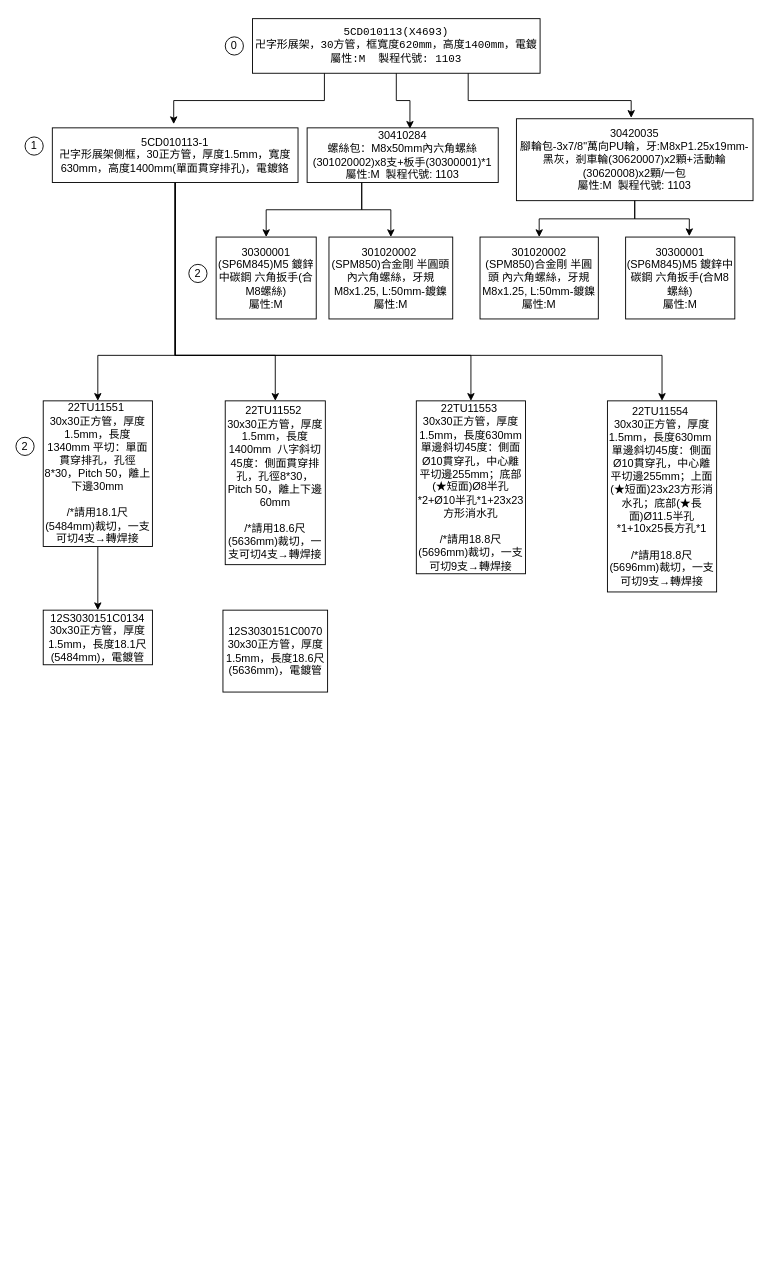
The draw.io diagram 未命名绘图.drawio in Bear9501/box-1, before the edit. Source tidied: cells renumbered, new cells numbered last; positions are measured from the earlier drawing's top-left corner, leaving out a move shared by most shapes. Both pictures are drawn from the tidied source at 91%, with x=0, y=0 at pixel (15, 18).
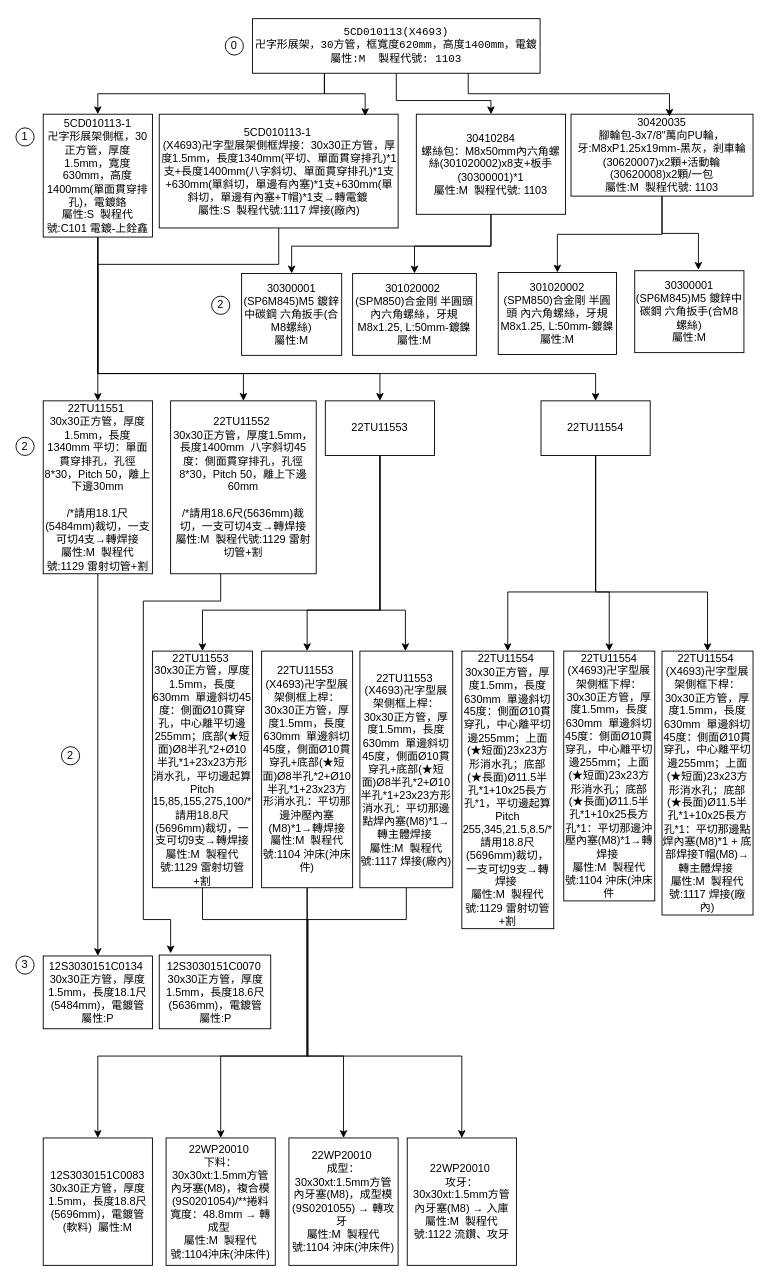
The same page after the edit.

Commit message (it also covers changes not shown here):
更新未命名绘图.drawio

The change refers to these unchanged cells:
```xml
<mxCell id="2" value="&lt;pre&gt;5CD010113(X4693)&lt;br&gt;卍字形展架，30方管，框寬度620mm，高度1400mm，電鍍&lt;br&gt;屬性:M&amp;nbsp; 製程代號: 1103&lt;/pre&gt;" style="rounded=0;whiteSpace=wrap;html=1;align=center;" parent="1" vertex="1">
  <mxGeometry x="260" width="316" height="60" as="geometry" />
</mxCell>
```

What changed in the source:
```diff
@@
+    <mxCell id="20" style="edgeStyle=orthogonalEdgeStyle;rounded=0;jettySize=auto;html=1;exitX=0.25;exitY=1;exitDx=0;exitDy=0;entryX=0.5;entryY=0;entryDx=0;entryDy=0;" parent="1" edge="1" source="2" target="7">
+      <mxGeometry relative="1" as="geometry" />
+    </mxCell>
+    <mxCell id="13" style="edgeStyle=orthogonalEdgeStyle;rounded=0;jettySize=auto;html=1;entryX=0.5;entryY=0;entryDx=0;entryDy=0;" parent="1" edge="1" source="2" target="10">
+      <mxGeometry relative="1" as="geometry">
+        <Array as="points">
+          <mxPoint x="418" y="90" />
+          <mxPoint x="522" y="90" />
+        </Array>
+      </mxGeometry>
+    </mxCell>
@@
-    <mxCell id="3" style="edgeStyle=orthogonalEdgeStyle;rounded=0;jettySize=auto;html=1;entryX=0.5;entryY=0;entryDx=0;entryDy=0;" parent="1" edge="1" source="7" target="22">
-      <mxGeometry relative="1" as="geometry">
-        <Array as="points">
-          <mxPoint x="175" y="370" />
-          <mxPoint x="90" y="370" />
-        </Array>
-      </mxGeometry>
-    </mxCell>
-    <mxCell id="4" style="edgeStyle=orthogonalEdgeStyle;rounded=0;jettySize=auto;html=1;entryX=0.5;entryY=0;entryDx=0;entryDy=0;" parent="1" edge="1" source="7" target="25">
-      <mxGeometry relative="1" as="geometry">
-        <Array as="points">
-          <mxPoint x="175" y="370" />
-          <mxPoint x="710" y="370" />
-        </Array>
-      </mxGeometry>
-    </mxCell>
-    <mxCell id="5" style="edgeStyle=orthogonalEdgeStyle;rounded=0;jettySize=auto;html=1;entryX=0.5;entryY=0;entryDx=0;entryDy=0;" parent="1" edge="1" source="7" target="24">
-      <mxGeometry relative="1" as="geometry">
-        <Array as="points">
-          <mxPoint x="175" y="370" />
-          <mxPoint x="500" y="370" />
-        </Array>
-      </mxGeometry>
-    </mxCell>
+    <mxCell id="32" style="edgeStyle=orthogonalEdgeStyle;rounded=0;jettySize=auto;html=1;" parent="1" edge="1" source="7" target="54">
+      <mxGeometry relative="1" as="geometry">
+        <Array as="points">
+          <mxPoint x="90" y="390" />
+          <mxPoint x="400" y="390" />
+        </Array>
+      </mxGeometry>
+    </mxCell>
+    <mxCell id="33" style="edgeStyle=orthogonalEdgeStyle;rounded=0;jettySize=auto;html=1;" parent="1" edge="1" source="7" target="58">
+      <mxGeometry relative="1" as="geometry">
+        <Array as="points">
+          <mxPoint x="90" y="390" />
+          <mxPoint x="637" y="390" />
+        </Array>
+      </mxGeometry>
+    </mxCell>
     <mxCell id="6" style="edgeStyle=orthogonalEdgeStyle;rounded=0;jettySize=auto;html=1;entryX=0.5;entryY=0;entryDx=0;entryDy=0;" parent="1" edge="1" source="7" target="23">
       <mxGeometry relative="1" as="geometry">
         <Array as="points">
-          <mxPoint x="175" y="370" />
-          <mxPoint x="285" y="370" />
+          <mxPoint x="90" y="390" />
+          <mxPoint x="250" y="390" />
         </Array>
       </mxGeometry>
     </mxCell>
-    <mxCell id="7" value="5CD010113-1&lt;div&gt;卍字形展架側框，30正方管，厚度1.5mm，寬度630mm，高度1400mm(單面貫穿排孔)，電鍍鉻&lt;br&gt;&lt;/div&gt;" style="rounded=0;whiteSpace=wrap;html=1;" parent="1" vertex="1">
-      <mxGeometry x="40" y="120" width="270" height="60" as="geometry" />
+    <mxCell id="7" value="5CD010113-1&lt;div&gt;卍字形展架側框，30正方管，厚度1.5mm，寬度630mm，高度1400mm(單面貫穿排孔)，電鍍鉻&lt;br&gt;&lt;/div&gt;&lt;div&gt;屬性:S&amp;nbsp; 製程代號:C101 電鍍-上銓鑫&lt;br&gt;&lt;/div&gt;" style="rounded=0;whiteSpace=wrap;html=1;" parent="1" vertex="1">
+      <mxGeometry x="30" y="105" width="120" height="135" as="geometry" />
     </mxCell>
     <mxCell id="8" style="edgeStyle=orthogonalEdgeStyle;rounded=0;jettySize=auto;html=1;" parent="1" edge="1" source="10" target="18">
       <mxGeometry relative="1" as="geometry">
         <Array as="points">
-          <mxPoint x="380" y="210" />
-          <mxPoint x="275" y="210" />
+          <mxPoint x="522" y="250" />
+          <mxPoint x="303" y="250" />
         </Array>
       </mxGeometry>
     </mxCell>
     <mxCell id="9" style="edgeStyle=orthogonalEdgeStyle;rounded=0;jettySize=auto;html=1;entryX=0.5;entryY=0;entryDx=0;entryDy=0;" parent="1" edge="1" source="10" target="17">
       <mxGeometry relative="1" as="geometry">
         <Array as="points">
-          <mxPoint x="380" y="210" />
-          <mxPoint x="412" y="210" />
+          <mxPoint x="522" y="250" />
+          <mxPoint x="438" y="250" />
         </Array>
       </mxGeometry>
     </mxCell>
     <mxCell id="10" value="&lt;p&gt;30410284&lt;br&gt;螺絲包：M8x50mm內六角螺絲(301020002)x8支+板手(30300001)*1&lt;br&gt;屬性:M&amp;nbsp; 製程代號: 1103&lt;/p&gt;" style="rounded=0;whiteSpace=wrap;html=1;" parent="1" vertex="1">
-      <mxGeometry x="320" y="120" width="210" height="60" as="geometry" />
+      <mxGeometry x="440" y="105" width="164" height="110" as="geometry" />
     </mxCell>
@@
     <mxCell id="12" value="30420035&lt;div&gt;腳輪包-3x7/8&quot;萬向PU輪，牙:M8xP1.25x19mm-黑灰，剎車輪(30620007)x2顆+活動輪(30620008)x2顆/一包&lt;br&gt;&lt;/div&gt;&lt;div&gt;屬性:M&amp;nbsp; 製程代號: 1103&lt;br&gt;&lt;/div&gt;" style="rounded=0;whiteSpace=wrap;html=1;" parent="1" vertex="1">
-      <mxGeometry x="550" y="110" width="260" height="90" as="geometry" />
+      <mxGeometry x="610" y="105" width="200" height="90" as="geometry" />
     </mxCell>
-    <mxCell id="13" style="edgeStyle=orthogonalEdgeStyle;rounded=0;jettySize=auto;html=1;exitX=0.5;exitY=1;exitDx=0;exitDy=0;entryX=0.538;entryY=0.017;entryDx=0;entryDy=0;entryPerimeter=0;" parent="1" edge="1" source="2" target="10">
-      <mxGeometry relative="1" as="geometry" />
-    </mxCell>
-    <mxCell id="14" style="edgeStyle=orthogonalEdgeStyle;rounded=0;jettySize=auto;html=1;exitX=0.75;exitY=1;exitDx=0;exitDy=0;entryX=0.485;entryY=-0.011;entryDx=0;entryDy=0;entryPerimeter=0;" parent="1" edge="1" source="2" target="12">
-      <mxGeometry relative="1" as="geometry">
-        <Array as="points">
-          <mxPoint x="497" y="90" />
-          <mxPoint x="676" y="90" />
-        </Array>
-      </mxGeometry>
-    </mxCell>
     <mxCell id="15" value="301020002&lt;div&gt;(SPM850)合金剛 半圓頭 內六角螺絲，牙規M8x1.25, L:50mm-鍍鎳&lt;br&gt;&lt;/div&gt;&lt;div&gt;屬性:M&lt;br&gt;&lt;/div&gt;" style="rounded=0;whiteSpace=wrap;html=1;" parent="1" vertex="1">
-      <mxGeometry x="510" y="240" width="130" height="90" as="geometry" />
+      <mxGeometry x="530" y="279" width="130" height="90" as="geometry" />
     </mxCell>
     <mxCell id="16" value="30300001&lt;div&gt;(SP6M845)M5 鍍鋅中碳鋼 六角扳手(合M8螺絲)&lt;br&gt;&lt;/div&gt;&lt;div&gt;屬性:M&lt;br&gt;&lt;/div&gt;" style="rounded=0;whiteSpace=wrap;html=1;" parent="1" vertex="1">
-      <mxGeometry x="670" y="240" width="120" height="90" as="geometry" />
+      <mxGeometry x="680" y="277" width="120" height="90" as="geometry" />
     </mxCell>
     <mxCell id="17" value="301020002&amp;nbsp;&lt;div&gt;(SPM850)合金剛 半圓頭 內六角螺絲，牙規M8x1.25, L:50mm-鍍鎳&lt;/div&gt;&lt;div&gt;屬性:M&lt;br&gt;&lt;/div&gt;" style="rounded=0;whiteSpace=wrap;html=1;" parent="1" vertex="1">
-      <mxGeometry x="344" y="240" width="136" height="90" as="geometry" />
+      <mxGeometry x="370" y="280" width="136" height="90" as="geometry" />
     </mxCell>
     <mxCell id="18" value="30300001 (SP6M845)M5 鍍鋅中碳鋼 六角扳手(合M8螺絲)&lt;div&gt;屬性:M&lt;br&gt;&lt;/div&gt;" style="rounded=0;whiteSpace=wrap;html=1;" parent="1" vertex="1">
-      <mxGeometry x="220" y="240" width="110" height="90" as="geometry" />
+      <mxGeometry x="248" y="280" width="110" height="90" as="geometry" />
     </mxCell>
@@
-    <mxCell id="20" style="edgeStyle=orthogonalEdgeStyle;rounded=0;jettySize=auto;html=1;exitX=0.25;exitY=1;exitDx=0;exitDy=0;entryX=0.494;entryY=-0.068;entryDx=0;entryDy=0;entryPerimeter=0;" parent="1" edge="1" source="2" target="7">
-      <mxGeometry relative="1" as="geometry" />
-    </mxCell>
@@
-    <mxCell id="22" value="22TU11551&amp;nbsp;&lt;div&gt;30x30正方管，厚度1.5mm，長度1340mm 平切：單面貫穿排孔，孔徑8*30，Pitch 50，離上下邊30mm&lt;/div&gt;&lt;div&gt;&lt;br&gt;&lt;/div&gt;&lt;div&gt;/*&lt;span style=&quot;background-color: initial;&quot;&gt;請用18.1尺(5484mm)裁切，一支可切4支→轉焊接&lt;/span&gt;&lt;/div&gt;" style="rounded=0;whiteSpace=wrap;html=1;" parent="1" vertex="1">
-      <mxGeometry x="30" y="420" width="120" height="160" as="geometry" />
+    <mxCell id="22" value="22TU11551&amp;nbsp;&lt;div&gt;30x30正方管，厚度1.5mm，長度1340mm 平切：單面貫穿排孔，孔徑8*30，Pitch 50，離上下邊30mm&lt;/div&gt;&lt;div&gt;&lt;br&gt;&lt;/div&gt;&lt;div&gt;/*&lt;span style=&quot;background-color: initial;&quot;&gt;請用18.1尺(5484mm)裁切，一支可切4支→轉焊接&lt;/span&gt;&lt;/div&gt;&lt;div&gt;&lt;span style=&quot;background-color: initial;&quot;&gt;屬性:M&amp;nbsp; 製程代號:1129 雷射切管+割&lt;/span&gt;&lt;/div&gt;" style="rounded=0;whiteSpace=wrap;html=1;" parent="1" vertex="1">
+      <mxGeometry x="30" y="420" width="120" height="190" as="geometry" />
     </mxCell>
-    <mxCell id="23" value="22TU11552&amp;nbsp;&lt;div&gt;30x30正方管，厚度1.5mm，長度1400mm&amp;nbsp; 八字斜切45度：側面貫穿排孔，孔徑8*30，Pitch 50，離上下邊60mm&lt;/div&gt;&lt;div&gt;&lt;br&gt;&lt;/div&gt;&lt;div&gt;/*&lt;span style=&quot;background-color: initial;&quot;&gt;請用18.6尺(5636mm)裁切，一支可切4支→轉焊接&lt;/span&gt;&lt;/div&gt;" style="rounded=0;whiteSpace=wrap;html=1;" parent="1" vertex="1">
-      <mxGeometry x="230" y="420" width="110" height="180" as="geometry" />
+    <mxCell id="23" value="22TU11552&amp;nbsp;&lt;div&gt;30x30正方管，厚度1.5mm，長度1400mm&amp;nbsp; 八字斜切45度：側面貫穿排孔，孔徑8*30，Pitch 50，離上下邊60mm&lt;/div&gt;&lt;div&gt;&lt;br&gt;&lt;/div&gt;&lt;div&gt;/*&lt;span style=&quot;background-color: initial;&quot;&gt;請用18.6尺(5636mm)裁切，一支可切4支→轉焊接&lt;/span&gt;&lt;/div&gt;&lt;div&gt;&lt;span style=&quot;background-color: initial;&quot;&gt;屬性:M&amp;nbsp; 製程代號:1129 雷射切管+割&lt;/span&gt;&lt;/div&gt;" style="rounded=0;whiteSpace=wrap;html=1;" parent="1" vertex="1">
+      <mxGeometry x="170" y="420" width="160" height="190" as="geometry" />
     </mxCell>
-    <mxCell id="24" value="22TU11553&amp;nbsp;&lt;div&gt;30x30正方管，厚度1.5mm，長度630mm 單邊斜切45度：側面Ø10貫穿孔，中心離平切邊255mm；底部(★短面)Ø8半孔*2+Ø10半孔*1+23x23方形消水孔&lt;/div&gt;&lt;div&gt;&lt;br&gt;&lt;/div&gt;&lt;div&gt;/&lt;span style=&quot;background-color: initial;&quot;&gt;*請用18.8尺(5696mm)裁切，一支可切9支→轉焊接&lt;/span&gt;&lt;/div&gt;" style="rounded=0;whiteSpace=wrap;html=1;" parent="1" vertex="1">
-      <mxGeometry x="440" y="420" width="120" height="190" as="geometry" />
-    </mxCell>
-    <mxCell id="25" value="22TU11554&amp;nbsp;&lt;div&gt;30x30正方管，厚度1.5mm，長度630mm&amp;nbsp; 單邊斜切45度：側面Ø10貫穿孔，中心離平切邊255mm；上面(★短面)23x23方形消水孔；底部(★長面)Ø11.5半孔*1+10x25長方孔*1&lt;/div&gt;&lt;div&gt;&lt;br&gt;&lt;/div&gt;&lt;div&gt;/*請用18.8尺(5696mm)裁切，一支可切9支→轉焊接&lt;br&gt;&lt;/div&gt;" style="rounded=0;whiteSpace=wrap;html=1;" parent="1" vertex="1">
-      <mxGeometry x="650" y="420" width="120" height="210" as="geometry" />
-    </mxCell>
-    <mxCell id="26" value="12S3030151C0134 30x30正方管，厚度1.5mm，長度18.1尺(5484mm)，電鍍管" style="rounded=0;whiteSpace=wrap;html=1;" parent="1" vertex="1">
-      <mxGeometry x="30" y="650" width="120" height="60" as="geometry" />
+    <mxCell id="26" value="12S3030151C0134&amp;nbsp;&lt;div&gt;30x30正方管，厚度1.5mm，長度18.1尺(5484mm)，電鍍管&lt;/div&gt;&lt;div&gt;屬性:P&lt;/div&gt;" style="rounded=0;whiteSpace=wrap;html=1;align=center;" parent="1" vertex="1">
+      <mxGeometry x="30" y="1030" width="120" height="80" as="geometry" />
     </mxCell>
-    <mxCell id="27" value="12S3030151C0070 30x30正方管，厚度1.5mm，長度18.6尺(5636mm)，電鍍管" style="rounded=0;whiteSpace=wrap;html=1;" parent="1" vertex="1">
-      <mxGeometry x="227.5" y="650" width="115" height="90" as="geometry" />
+    <mxCell id="27" value="12S3030151C0070&amp;nbsp;&lt;div&gt;30x30正方管，厚度1.5mm，長度18.6尺(5636mm)，電鍍管&lt;/div&gt;&lt;div&gt;屬性:P&lt;/div&gt;" style="rounded=0;whiteSpace=wrap;html=1;" parent="1" vertex="1">
+      <mxGeometry x="157.5" y="1029" width="122.5" height="81" as="geometry" />
     </mxCell>
@@
     <mxCell id="29" value="1" style="ellipse;whiteSpace=wrap;html=1;" parent="1" vertex="1">
-      <mxGeometry x="10" y="130" width="20" height="20" as="geometry" />
+      <mxGeometry y="120" width="20" height="20" as="geometry" />
     </mxCell>
     <mxCell id="30" value="2" style="ellipse;whiteSpace=wrap;html=1;" parent="1" vertex="1">
-      <mxGeometry x="190" y="270" width="20" height="20" as="geometry" />
+      <mxGeometry x="215" y="305" width="20" height="20" as="geometry" />
     </mxCell>
@@
+    <mxCell id="34" value="3" style="ellipse;whiteSpace=wrap;html=1;" parent="1" vertex="1">
+      <mxGeometry y="1030" width="20" height="20" as="geometry" />
+    </mxCell>
+    <mxCell id="35" style="edgeStyle=orthogonalEdgeStyle;rounded=0;jettySize=auto;html=1;entryX=0.5;entryY=0;entryDx=0;entryDy=0;" parent="1" edge="1" source="36" target="50">
+      <mxGeometry relative="1" as="geometry">
+        <Array as="points">
+          <mxPoint x="205" y="990" />
+          <mxPoint x="321" y="990" />
+          <mxPoint x="321" y="1140" />
+          <mxPoint x="90" y="1140" />
+        </Array>
+      </mxGeometry>
+    </mxCell>
+    <mxCell id="36" value="&lt;div&gt;22TU11553&amp;nbsp;&lt;/div&gt;&lt;div&gt;30x30正方管，厚度1.5mm，長度630mm&amp;nbsp; 單邊斜切45度：側面Ø10貫穿孔，中心離平切邊255mm；底部(★短面)Ø8半孔*2+Ø10半孔*1+23x23方形消水孔，平切邊起算Pitch 15,85,155,275,100/*請用18.8尺(5696mm)裁切，一支可切9支→轉焊接 屬性:M&amp;nbsp; 製程代號:1129 雷射切管+割&lt;/div&gt;" style="rounded=0;whiteSpace=wrap;html=1;align=center;" parent="1" vertex="1">
+      <mxGeometry x="150" y="695" width="110" height="260" as="geometry" />
+    </mxCell>
+    <mxCell id="37" style="edgeStyle=orthogonalEdgeStyle;rounded=0;jettySize=auto;html=1;entryX=0.5;entryY=0;entryDx=0;entryDy=0;" parent="1" edge="1" source="39" target="61">
+      <mxGeometry relative="1" as="geometry">
+        <Array as="points">
+          <mxPoint x="320" y="1140" />
+          <mxPoint x="490" y="1140" />
+        </Array>
+      </mxGeometry>
+    </mxCell>
+    <mxCell id="38" style="edgeStyle=orthogonalEdgeStyle;rounded=0;jettySize=auto;html=1;entryX=0.5;entryY=0;entryDx=0;entryDy=0;" parent="1" edge="1" source="39" target="59">
+      <mxGeometry relative="1" as="geometry">
+        <Array as="points">
+          <mxPoint x="320" y="1140" />
+          <mxPoint x="225" y="1140" />
+        </Array>
+      </mxGeometry>
+    </mxCell>
+    <mxCell id="39" value="22TU11553&amp;nbsp;&lt;div&gt;(X4693)卍字型展架側框上桿：30x30正方管，厚度1.5mm，長度630mm&amp;nbsp; 單邊斜切45度，側面Ø10貫穿孔+底部(★短面)Ø8半孔*2+Ø10半孔*1+23x23方形消水孔：平切那邊沖壓內塞(M8)*1→轉焊接 屬性:M&amp;nbsp; 製程代號:1104 沖床(沖床件)&lt;/div&gt;" style="rounded=0;whiteSpace=wrap;html=1;" parent="1" vertex="1">
+      <mxGeometry x="270" y="695" width="100" height="260" as="geometry" />
+    </mxCell>
+    <mxCell id="40" style="edgeStyle=orthogonalEdgeStyle;rounded=0;jettySize=auto;html=1;entryX=0.5;entryY=0;entryDx=0;entryDy=0;" parent="1" edge="1" source="41" target="60">
+      <mxGeometry relative="1" as="geometry">
+        <Array as="points">
+          <mxPoint x="429" y="990" />
+          <mxPoint x="320" y="990" />
+          <mxPoint x="320" y="1140" />
+          <mxPoint x="360" y="1140" />
+        </Array>
+      </mxGeometry>
+    </mxCell>
+    <mxCell id="41" value="22TU11553&amp;nbsp;&lt;div&gt;(X4693)卍字型展架側框上桿：30x30正方管，厚度1.5mm，長度630mm&amp;nbsp; 單邊斜切45度，側面Ø10貫穿孔+底部(★短面)Ø8半孔*2+Ø10半孔*1+23x23方形消水孔：平切那邊點焊內塞(M8)*1→轉主體焊接&amp;nbsp;&lt;/div&gt;&lt;div&gt;屬性:M&amp;nbsp; 製程代號:1117 焊接(廠內)&lt;/div&gt;" style="rounded=0;whiteSpace=wrap;html=1;" parent="1" vertex="1">
+      <mxGeometry x="378" y="695" width="102" height="260" as="geometry" />
+    </mxCell>
+    <mxCell id="42" style="edgeStyle=orthogonalEdgeStyle;rounded=0;jettySize=auto;html=1;entryX=0.102;entryY=-0.023;entryDx=0;entryDy=0;entryPerimeter=0;" parent="1" edge="1" source="23" target="27">
+      <mxGeometry relative="1" as="geometry">
+        <Array as="points">
+          <mxPoint x="225" y="640" />
+          <mxPoint x="140" y="640" />
+          <mxPoint x="140" y="990" />
+          <mxPoint x="170" y="990" />
+        </Array>
+      </mxGeometry>
+    </mxCell>
+    <mxCell id="43" style="edgeStyle=orthogonalEdgeStyle;rounded=0;jettySize=auto;html=1;entryX=0.5;entryY=0;entryDx=0;entryDy=0;" parent="1" edge="1" source="44" target="22">
+      <mxGeometry relative="1" as="geometry">
+        <Array as="points">
+          <mxPoint x="289" y="270" />
+          <mxPoint x="90" y="270" />
+        </Array>
+      </mxGeometry>
+    </mxCell>
+    <mxCell id="44" value="5CD010113-1&amp;nbsp;&lt;div&gt;(X4693)卍字型展架側框焊接：30x30正方管，厚度1.5mm，長度1340mm(平切、單面貫穿排孔)*1支+長度1400mm(八字斜切、單面貫穿排孔)*1支+630mm(單斜切，單邊有內塞)*1支+630mm(單斜切，單邊有內塞+T帽)*1支→轉電鍍&amp;nbsp;&lt;/div&gt;&lt;div&gt;屬性:S&amp;nbsp; 製程代號:1117 焊接(廠內)&lt;/div&gt;" style="rounded=0;whiteSpace=wrap;html=1;" parent="1" vertex="1">
+      <mxGeometry x="157.5" y="105" width="262.5" height="125" as="geometry" />
+    </mxCell>
+    <mxCell id="45" style="edgeStyle=orthogonalEdgeStyle;rounded=0;jettySize=auto;html=1;exitX=0.25;exitY=1;exitDx=0;exitDy=0;entryX=0.862;entryY=0.016;entryDx=0;entryDy=0;entryPerimeter=0;" parent="1" edge="1" source="2" target="44">
+      <mxGeometry relative="1" as="geometry" />
+    </mxCell>
+    <mxCell id="14" style="edgeStyle=orthogonalEdgeStyle;rounded=0;jettySize=auto;html=1;exitX=0.75;exitY=1;exitDx=0;exitDy=0;entryX=0.541;entryY=0.031;entryDx=0;entryDy=0;entryPerimeter=0;" parent="1" edge="1" source="2" target="12">
+      <mxGeometry relative="1" as="geometry" />
+    </mxCell>
+    <mxCell id="46" value="&lt;div&gt;22TU11554&amp;nbsp;&lt;/div&gt;&lt;div&gt;30x30正方管，厚度1.5mm，長度630mm&amp;nbsp; 單邊斜切45度：側面Ø10貫穿孔，中心離平切邊255mm；上面(★短面)23x23方形消水孔；底部(★長面)Ø11.5半孔*1+10x25長方孔*1，平切邊起算Pitch 255,345,21.5,8.5/*請用18.8尺(5696mm)裁切，一支可切9支→轉焊接&amp;nbsp;&lt;/div&gt;&lt;div&gt;屬性:M&amp;nbsp; 製程代號:1129 雷射切管+割&lt;/div&gt;" style="rounded=0;whiteSpace=wrap;html=1;" parent="1" vertex="1">
+      <mxGeometry x="490" y="695" width="101" height="305" as="geometry" />
+    </mxCell>
+    <mxCell id="47" value="&lt;div&gt;22TU11554 (X4693)卍字型展架側框下桿：30x30正方管，厚度1.5mm，長度630mm&amp;nbsp; 單邊斜切45度：側面Ø10貫穿孔，中心離平切邊255mm；上面(★短面)23x23方形消水孔；底部(★長面)Ø11.5半孔*1+10x25長方孔*1：平切那邊沖壓內塞(M8)*1→轉焊接&amp;nbsp;&lt;/div&gt;&lt;div&gt;屬性:M&amp;nbsp; 製程代號:1104 沖床(沖床件&lt;/div&gt;" style="rounded=0;whiteSpace=wrap;html=1;" parent="1" vertex="1">
+      <mxGeometry x="602" y="695" width="100" height="274.5" as="geometry" />
+    </mxCell>
+    <mxCell id="48" value="22TU11554&amp;nbsp;&lt;div&gt;(X4693)卍字型展架側框下桿：30x30正方管，厚度1.5mm，長度630mm&amp;nbsp; 單邊斜切45度：側面Ø10貫穿孔，中心離平切邊255mm；上面(★短面)23x23方形消水孔；底部(★長面)Ø11.5半孔*1+10x25長方孔*1：平切那邊點焊內塞(M8)*1 + 底部焊接T帽(M8)→轉主體焊接&amp;nbsp;&lt;/div&gt;&lt;div&gt;屬性:M&amp;nbsp; 製程代號:1117 焊接(廠內)&lt;/div&gt;" style="rounded=0;whiteSpace=wrap;html=1;" parent="1" vertex="1">
+      <mxGeometry x="710" y="695" width="100" height="290" as="geometry" />
+    </mxCell>
+    <mxCell id="49" value="2" style="ellipse;whiteSpace=wrap;html=1;" parent="1" vertex="1">
+      <mxGeometry x="50" y="800" width="20" height="20" as="geometry" />
+    </mxCell>
+    <mxCell id="50" value="12S3030151C0083&lt;div&gt;30x30正方管，厚度1.5mm，長度18.8尺(5696mm)，電鍍管(軟料)&amp;nbsp;&amp;nbsp;屬性:M&lt;br&gt;&lt;/div&gt;" style="rounded=0;whiteSpace=wrap;html=1;" parent="1" vertex="1">
+      <mxGeometry x="30" y="1230" width="120" height="140" as="geometry" />
+    </mxCell>
+    <mxCell id="51" style="edgeStyle=orthogonalEdgeStyle;rounded=0;jettySize=auto;html=1;entryX=0.5;entryY=0;entryDx=0;entryDy=0;" parent="1" edge="1" source="54" target="36">
+      <mxGeometry relative="1" as="geometry">
+        <Array as="points">
+          <mxPoint x="400" y="650" />
+          <mxPoint x="205" y="650" />
+        </Array>
+      </mxGeometry>
+    </mxCell>
+    <mxCell id="52" style="edgeStyle=orthogonalEdgeStyle;rounded=0;jettySize=auto;html=1;" parent="1" edge="1" source="54" target="41">
+      <mxGeometry relative="1" as="geometry">
+        <Array as="points">
+          <mxPoint x="400" y="650" />
+          <mxPoint x="428" y="650" />
+        </Array>
+      </mxGeometry>
+    </mxCell>
+    <mxCell id="53" style="edgeStyle=orthogonalEdgeStyle;rounded=0;jettySize=auto;html=1;entryX=0.5;entryY=0;entryDx=0;entryDy=0;" parent="1" edge="1" source="54" target="39">
+      <mxGeometry relative="1" as="geometry">
+        <Array as="points">
+          <mxPoint x="400" y="650" />
+          <mxPoint x="320" y="650" />
+        </Array>
+      </mxGeometry>
+    </mxCell>
+    <mxCell id="54" value="22TU11553" style="rounded=0;whiteSpace=wrap;html=1;" parent="1" vertex="1">
+      <mxGeometry x="340" y="420" width="120" height="60" as="geometry" />
+    </mxCell>
+    <mxCell id="55" style="edgeStyle=orthogonalEdgeStyle;rounded=0;jettySize=auto;html=1;entryX=0.5;entryY=0;entryDx=0;entryDy=0;" parent="1" edge="1" source="58" target="47">
+      <mxGeometry relative="1" as="geometry">
+        <Array as="points">
+          <mxPoint x="637" y="630" />
+          <mxPoint x="652" y="630" />
+        </Array>
+      </mxGeometry>
+    </mxCell>
+    <mxCell id="56" style="edgeStyle=orthogonalEdgeStyle;rounded=0;jettySize=auto;html=1;" parent="1" edge="1" source="58" target="48">
+      <mxGeometry relative="1" as="geometry">
+        <Array as="points">
+          <mxPoint x="637" y="630" />
+          <mxPoint x="760" y="630" />
+        </Array>
+      </mxGeometry>
+    </mxCell>
+    <mxCell id="57" style="edgeStyle=orthogonalEdgeStyle;rounded=0;jettySize=auto;html=1;entryX=0.5;entryY=0;entryDx=0;entryDy=0;" parent="1" edge="1" source="58" target="46">
+      <mxGeometry relative="1" as="geometry">
+        <Array as="points">
+          <mxPoint x="637" y="630" />
+          <mxPoint x="541" y="630" />
+        </Array>
+      </mxGeometry>
+    </mxCell>
+    <mxCell id="58" value="22TU11554" style="rounded=0;whiteSpace=wrap;html=1;" parent="1" vertex="1">
+      <mxGeometry x="577" y="420" width="120" height="60" as="geometry" />
+    </mxCell>
+    <mxCell id="59" value="22WP20010&amp;nbsp;&lt;div&gt;下料：30x30xt:1.5mm方管內牙塞(M8)，複合模(9S0201054)/**捲料寬度：48.8mm → 轉成型&amp;nbsp;&lt;/div&gt;&lt;div&gt;屬性:M&amp;nbsp; 製程代號:1104沖床(沖床件)&lt;/div&gt;" style="rounded=0;whiteSpace=wrap;html=1;" parent="1" vertex="1">
+      <mxGeometry x="165" y="1230" width="120" height="140" as="geometry" />
+    </mxCell>
+    <mxCell id="60" value="22WP20010&amp;nbsp;&lt;div&gt;成型：30x30xt:1.5mm方管內牙塞(M8)，成型模(9S0201055) → 轉攻牙&amp;nbsp;&lt;/div&gt;&lt;div&gt;屬性:M&amp;nbsp; 製程代號:1104 沖床(沖床件)&lt;/div&gt;" style="rounded=0;whiteSpace=wrap;html=1;" parent="1" vertex="1">
+      <mxGeometry x="300" y="1230" width="120" height="140" as="geometry" />
+    </mxCell>
+    <mxCell id="61" value="22WP20010&amp;nbsp;&lt;div&gt;攻牙：30x30xt:1.5mm方管內牙塞(M8) → 入庫 屬性:M&amp;nbsp; 製程代號:1122 流鑽、攻牙&lt;/div&gt;" style="rounded=0;whiteSpace=wrap;html=1;" parent="1" vertex="1">
+      <mxGeometry x="430" y="1230" width="120" height="140" as="geometry" />
+    </mxCell>
```
